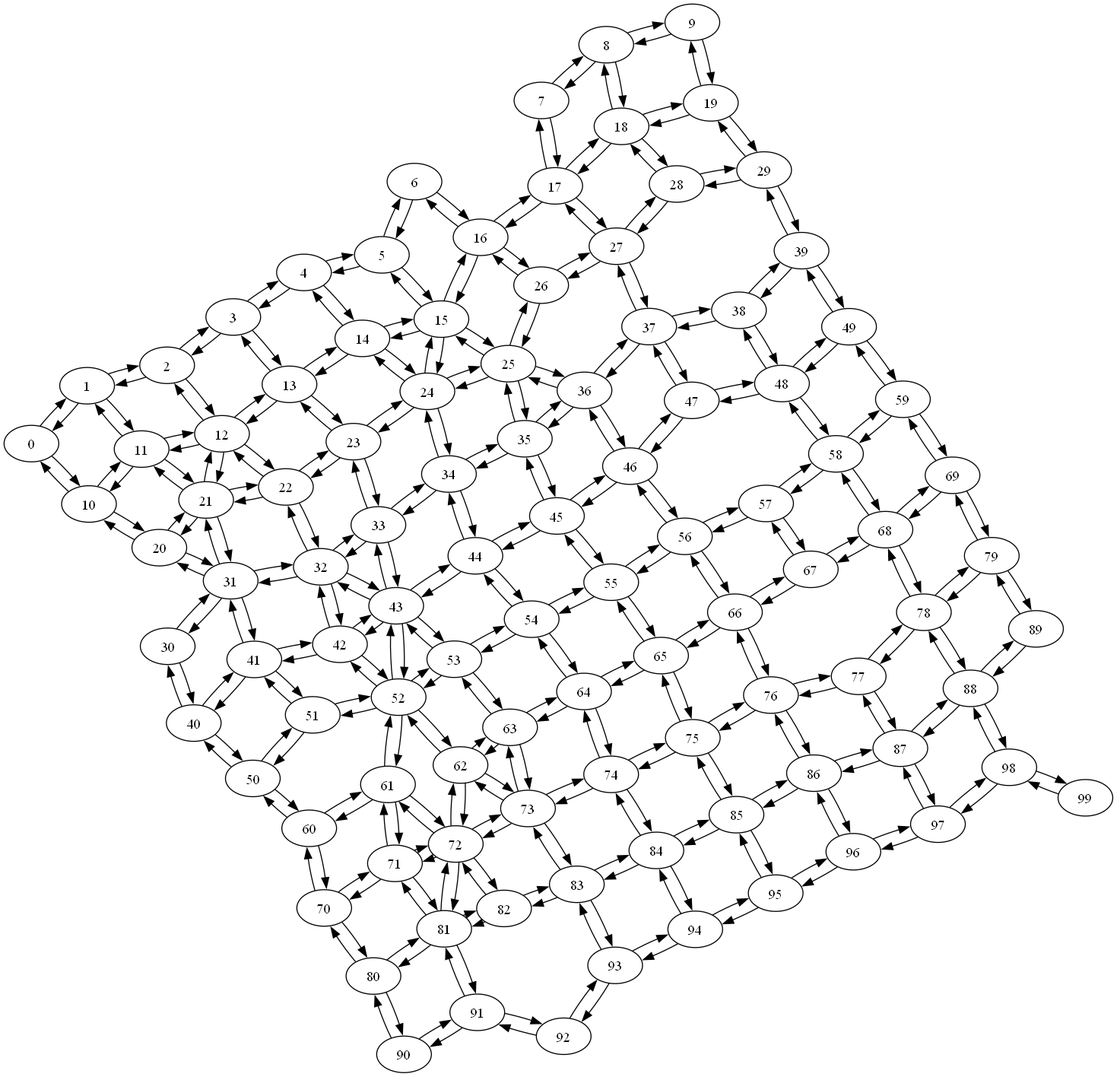
Above: urban_network/fig/graph.png in lorenzorizzi17/urban_network (Graphviz), before the change. Its source is kept beside it as urban_network/fig/graph.dot.
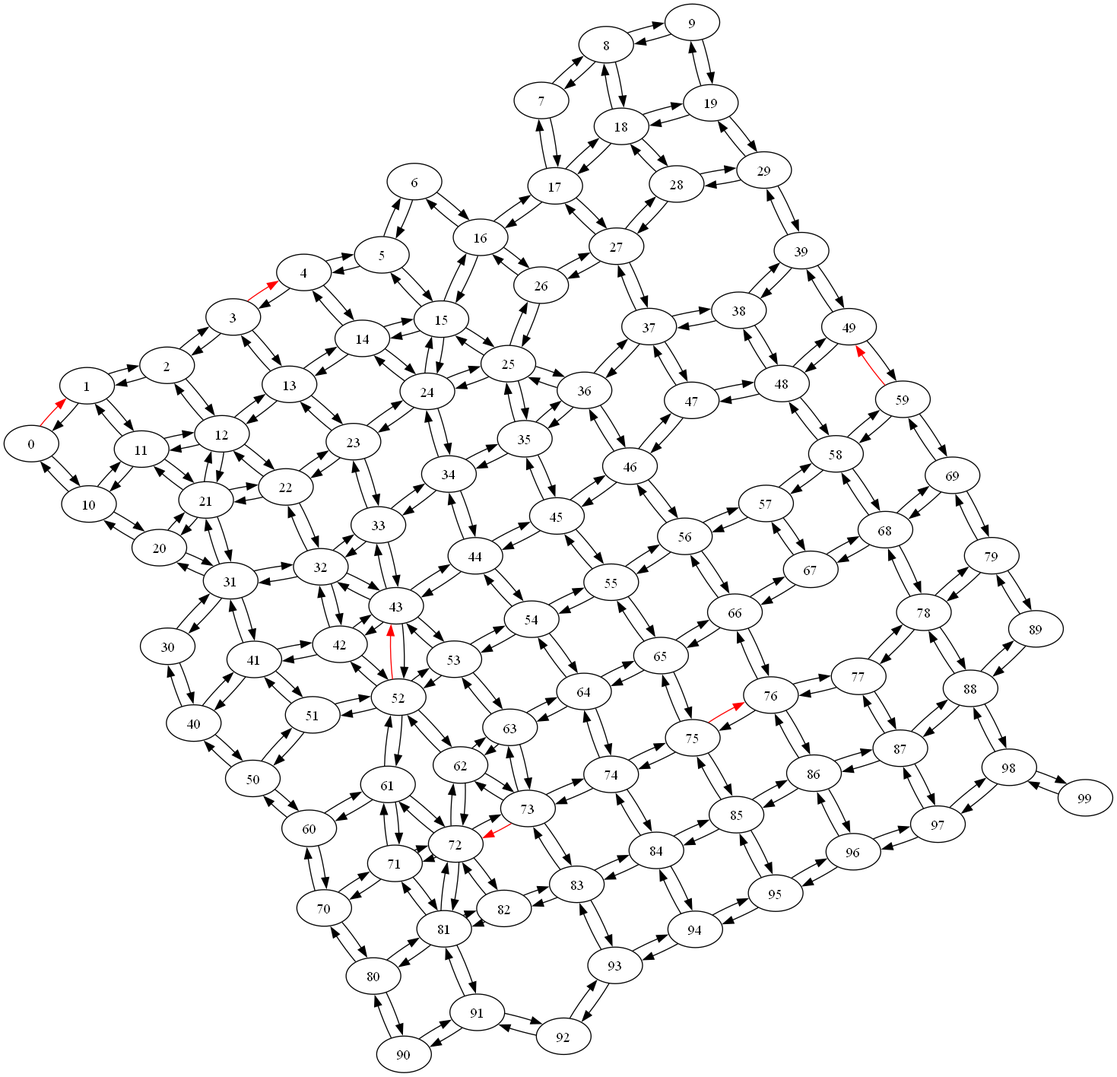
After the commit.

The edit, as a diff of the source:
```diff
@@ -99,7 +99,7 @@
 97[label="97"];
 98[label="98"];
 99[label="99"];
-0->1 [weight="0.98449", label_edge= "0"];
+0->1 [weight="0.98449", label_edge= "0", color = red];
 0->10 [weight="1.12945", label_edge= "1"];
 1->0 [weight="0.98449", label_edge= "2"];
 1->11 [weight="1.16450", label_edge= "3"];
@@ -109,7 +109,7 @@
 2->3 [weight="0.90303", label_edge= "7"];
 3->2 [weight="0.90303", label_edge= "8"];
 3->13 [weight="1.15358", label_edge= "9"];
-3->4 [weight="0.96644", label_edge= "10"];
+3->4 [weight="0.96644", label_edge= "10", color = red];
 4->3 [weight="0.96644", label_edge= "11"];
 4->14 [weight="0.85049", label_edge= "12"];
 4->5 [weight="1.06523", label_edge= "13"];
@@ -304,7 +304,7 @@
 58->59 [weight="1.13518", label_edge= "202"];
 58->48 [weight="0.92611", label_edge= "203"];
 59->58 [weight="1.13518", label_edge= "204"];
-59->49 [weight="0.87052", label_edge= "205"];
+59->49 [weight="0.87052", label_edge= "205", color = red];
 59->69 [weight="1.03178", label_edge= "206"];
 60->61 [weight="0.89958", label_edge= "207"];
 60->50 [weight="0.97192", label_edge= "208"];
@@ -351,7 +351,7 @@
 72->82 [weight="0.87587", label_edge= "249"];
 72->73 [weight="1.02623", label_edge= "250"];
 72->62 [weight="0.90204", label_edge= "251"];
-73->72 [weight="1.02623", label_edge= "252"];
+73->72 [weight="1.02623", label_edge= "252", color = red];
 73->83 [weight="0.91422", label_edge= "253"];
 73->74 [weight="0.83262", label_edge= "254"];
 73->63 [weight="1.12870", label_edge= "255"];
@@ -361,7 +361,7 @@
 74->64 [weight="0.83960", label_edge= "259"];
 75->74 [weight="0.86102", label_edge= "260"];
 75->85 [weight="0.80253", label_edge= "261"];
-75->76 [weight="1.03323", label_edge= "262"];
+75->76 [weight="1.03323", label_edge= "262", color = red];
 75->65 [weight="0.93335", label_edge= "263"];
 76->75 [weight="1.03323", label_edge= "264"];
 76->86 [weight="0.97665", label_edge= "265"];
@@ -454,7 +454,7 @@
 72->61 [weight="0.83782", label_edge= "352"];
 61->72 [weight="0.83782", label_edge= "353"];
 43->52 [weight="1.16319", label_edge= "354"];
-52->43 [weight="1.16319", label_edge= "355"];
+52->43 [weight="1.16319", label_edge= "355", color = "red"];
 52->61 [weight="0.83225", label_edge= "356"];
 61->52 [weight="0.83225", label_edge= "357"];
 72->81 [weight="1.14054", label_edge= "358"];
```
